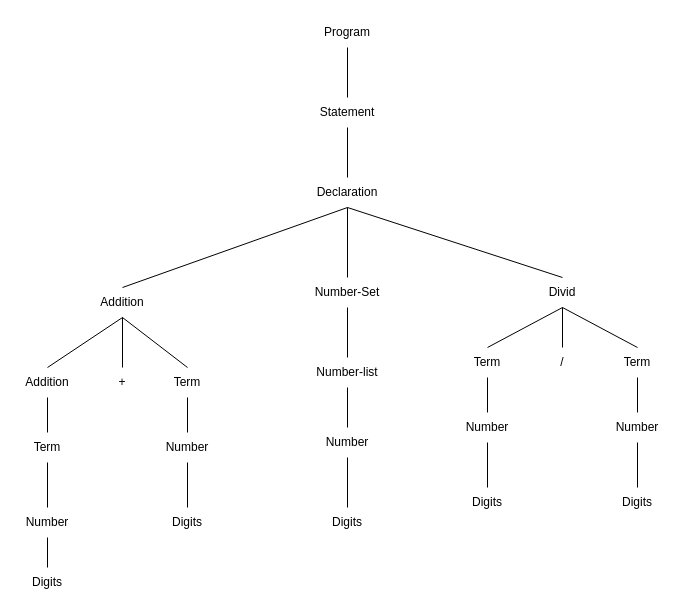
Before: BNF parse tree.drawio in RisingSatalite/SAIT-Advance-Group-6--Concepts-Syntax-and-Lexical, a draw.io diagram. Source tidied: cells renumbered, new cells numbered last; positions are measured from the earlier drawing's top-left corner, leaving out a move shared by most shapes. Both pictures are drawn from the tidied source at 100%, with x=0, y=0 at pixel (17, 17).
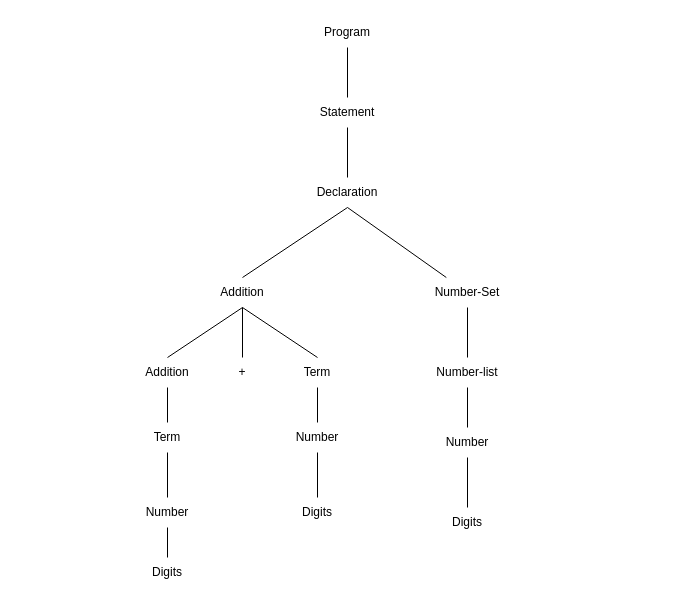
The same page after the edit.

Commit message:
remove divid from diagram

Unchanged cells that the change refers to:
```xml
<mxCell id="4" value="Declaration" style="text;html=1;align=center;verticalAlign=middle;whiteSpace=wrap;rounded=0;" parent="1" vertex="1">
  <mxGeometry x="300" y="160" width="60" height="30" as="geometry" />
</mxCell>
```

What changed in the source:
```diff
@@
     <mxCell id="2" value="Addition" style="text;html=1;align=center;verticalAlign=middle;whiteSpace=wrap;rounded=0;" parent="1" vertex="1">
-      <mxGeometry x="75" y="270" width="60" height="30" as="geometry" />
+      <mxGeometry x="195" y="260" width="60" height="30" as="geometry" />
     </mxCell>
-    <mxCell id="3" value="Divid" style="text;html=1;align=center;verticalAlign=middle;whiteSpace=wrap;rounded=0;" parent="1" vertex="1">
-      <mxGeometry x="515" y="260" width="60" height="30" as="geometry" />
-    </mxCell>
@@
     <mxCell id="5" value="Number-Set" style="text;html=1;align=center;verticalAlign=middle;whiteSpace=wrap;rounded=0;" parent="1" vertex="1">
-      <mxGeometry x="290" y="260" width="80" height="30" as="geometry" />
+      <mxGeometry x="410" y="260" width="80" height="30" as="geometry" />
     </mxCell>
     <mxCell id="6" value="Number-list" style="text;html=1;align=center;verticalAlign=middle;whiteSpace=wrap;rounded=0;" parent="1" vertex="1">
-      <mxGeometry x="295" y="340" width="70" height="30" as="geometry" />
+      <mxGeometry x="415" y="340" width="70" height="30" as="geometry" />
     </mxCell>
     <mxCell id="7" value="Number" style="text;html=1;align=center;verticalAlign=middle;whiteSpace=wrap;rounded=0;" parent="1" vertex="1">
-      <mxGeometry x="300" y="410" width="60" height="30" as="geometry" />
+      <mxGeometry x="420" y="410" width="60" height="30" as="geometry" />
     </mxCell>
     <mxCell id="8" value="Digits" style="text;html=1;align=center;verticalAlign=middle;whiteSpace=wrap;rounded=0;" parent="1" vertex="1">
-      <mxGeometry x="300" y="490" width="60" height="30" as="geometry" />
+      <mxGeometry x="420" y="490" width="60" height="30" as="geometry" />
     </mxCell>
@@
-    <mxCell id="13" value="/" style="text;html=1;align=center;verticalAlign=middle;whiteSpace=wrap;rounded=0;" parent="1" vertex="1">
-      <mxGeometry x="515" y="330" width="60" height="30" as="geometry" />
-    </mxCell>
     <mxCell id="14" value="+" style="text;html=1;align=center;verticalAlign=middle;whiteSpace=wrap;rounded=0;" parent="1" vertex="1">
-      <mxGeometry x="75" y="350" width="60" height="30" as="geometry" />
+      <mxGeometry x="195" y="340" width="60" height="30" as="geometry" />
     </mxCell>
@@
-    <mxCell id="16" style="endArrow=none;html=1;rounded=0;entryX=0.5;entryY=1;entryDx=0;entryDy=0;exitX=0.5;exitY=0;exitDx=0;exitDy=0;" parent="1" edge="1" source="13" target="3">
-      <mxGeometry relative="1" as="geometry" />
-    </mxCell>
     <mxCell id="17" value="Number" style="text;html=1;align=center;verticalAlign=middle;whiteSpace=wrap;rounded=0;" parent="1" vertex="1">
-      <mxGeometry y="490" width="60" height="30" as="geometry" />
+      <mxGeometry x="120" y="480" width="60" height="30" as="geometry" />
     </mxCell>
     <mxCell id="18" value="Digits" style="text;html=1;align=center;verticalAlign=middle;whiteSpace=wrap;rounded=0;" parent="1" vertex="1">
-      <mxGeometry y="550" width="60" height="30" as="geometry" />
+      <mxGeometry x="120" y="540" width="60" height="30" as="geometry" />
     </mxCell>
@@
     <mxCell id="20" value="Number" style="text;html=1;align=center;verticalAlign=middle;whiteSpace=wrap;rounded=0;" parent="1" vertex="1">
-      <mxGeometry x="140" y="415" width="60" height="30" as="geometry" />
+      <mxGeometry x="270" y="405" width="60" height="30" as="geometry" />
     </mxCell>
     <mxCell id="21" value="Digits" style="text;html=1;align=center;verticalAlign=middle;whiteSpace=wrap;rounded=0;" parent="1" vertex="1">
-      <mxGeometry x="140" y="490" width="60" height="30" as="geometry" />
+      <mxGeometry x="270" y="480" width="60" height="30" as="geometry" />
     </mxCell>
@@
     <mxCell id="23" value="Addition" style="text;html=1;align=center;verticalAlign=middle;whiteSpace=wrap;rounded=0;" parent="1" vertex="1">
-      <mxGeometry y="350" width="60" height="30" as="geometry" />
+      <mxGeometry x="120" y="340" width="60" height="30" as="geometry" />
     </mxCell>
@@
-    <mxCell id="27" style="endArrow=none;html=1;rounded=0;entryX=0.5;entryY=1;entryDx=0;entryDy=0;exitX=0.5;exitY=0;exitDx=0;exitDy=0;" parent="1" edge="1" source="47" target="3">
-      <mxGeometry relative="1" as="geometry" />
-    </mxCell>
-    <mxCell id="28" style="endArrow=none;html=1;rounded=0;entryX=0.5;entryY=1;entryDx=0;entryDy=0;exitX=0.5;exitY=0;exitDx=0;exitDy=0;" parent="1" edge="1" source="42" target="3">
-      <mxGeometry relative="1" as="geometry" />
-    </mxCell>
     <mxCell id="29" value="Term" style="text;html=1;align=center;verticalAlign=middle;whiteSpace=wrap;rounded=0;" parent="1" vertex="1">
-      <mxGeometry y="415" width="60" height="30" as="geometry" />
+      <mxGeometry x="120" y="405" width="60" height="30" as="geometry" />
     </mxCell>
@@
     <mxCell id="31" value="Term" style="text;html=1;align=center;verticalAlign=middle;whiteSpace=wrap;rounded=0;" parent="1" vertex="1">
-      <mxGeometry x="140" y="350" width="60" height="30" as="geometry" />
+      <mxGeometry x="270" y="340" width="60" height="30" as="geometry" />
     </mxCell>
@@
-    <mxCell id="38" style="endArrow=none;html=1;rounded=0;exitX=0.5;exitY=0;exitDx=0;exitDy=0;entryX=0.5;entryY=1;entryDx=0;entryDy=0;" parent="1" edge="1" source="3" target="4">
-      <mxGeometry relative="1" as="geometry" />
-    </mxCell>
-    <mxCell id="39" value="Number" style="text;html=1;align=center;verticalAlign=middle;whiteSpace=wrap;rounded=0;" parent="1" vertex="1">
-      <mxGeometry x="440" y="395" width="60" height="30" as="geometry" />
-    </mxCell>
-    <mxCell id="40" value="Digits" style="text;html=1;align=center;verticalAlign=middle;whiteSpace=wrap;rounded=0;" parent="1" vertex="1">
-      <mxGeometry x="440" y="470" width="60" height="30" as="geometry" />
-    </mxCell>
-    <mxCell id="41" style="endArrow=none;html=1;rounded=0;entryX=0.5;entryY=1;entryDx=0;entryDy=0;exitX=0.5;exitY=0;exitDx=0;exitDy=0;" parent="1" edge="1" source="40" target="39">
-      <mxGeometry relative="1" as="geometry" />
-    </mxCell>
-    <mxCell id="42" value="Term" style="text;html=1;align=center;verticalAlign=middle;whiteSpace=wrap;rounded=0;" parent="1" vertex="1">
-      <mxGeometry x="440" y="330" width="60" height="30" as="geometry" />
-    </mxCell>
-    <mxCell id="43" style="endArrow=none;html=1;rounded=0;entryX=0.5;entryY=1;entryDx=0;entryDy=0;exitX=0.5;exitY=0;exitDx=0;exitDy=0;" parent="1" edge="1" source="39" target="42">
-      <mxGeometry relative="1" as="geometry" />
-    </mxCell>
-    <mxCell id="44" value="Number" style="text;html=1;align=center;verticalAlign=middle;whiteSpace=wrap;rounded=0;" parent="1" vertex="1">
-      <mxGeometry x="590" y="395" width="60" height="30" as="geometry" />
-    </mxCell>
-    <mxCell id="45" value="Digits" style="text;html=1;align=center;verticalAlign=middle;whiteSpace=wrap;rounded=0;" parent="1" vertex="1">
-      <mxGeometry x="590" y="470" width="60" height="30" as="geometry" />
-    </mxCell>
-    <mxCell id="46" style="endArrow=none;html=1;rounded=0;entryX=0.5;entryY=1;entryDx=0;entryDy=0;exitX=0.5;exitY=0;exitDx=0;exitDy=0;" parent="1" edge="1" source="45" target="44">
-      <mxGeometry relative="1" as="geometry" />
-    </mxCell>
-    <mxCell id="47" value="Term" style="text;html=1;align=center;verticalAlign=middle;whiteSpace=wrap;rounded=0;" parent="1" vertex="1">
-      <mxGeometry x="590" y="330" width="60" height="30" as="geometry" />
-    </mxCell>
-    <mxCell id="48" style="endArrow=none;html=1;rounded=0;entryX=0.5;entryY=1;entryDx=0;entryDy=0;exitX=0.5;exitY=0;exitDx=0;exitDy=0;" parent="1" edge="1" source="44" target="47">
-      <mxGeometry relative="1" as="geometry" />
-    </mxCell>
```
